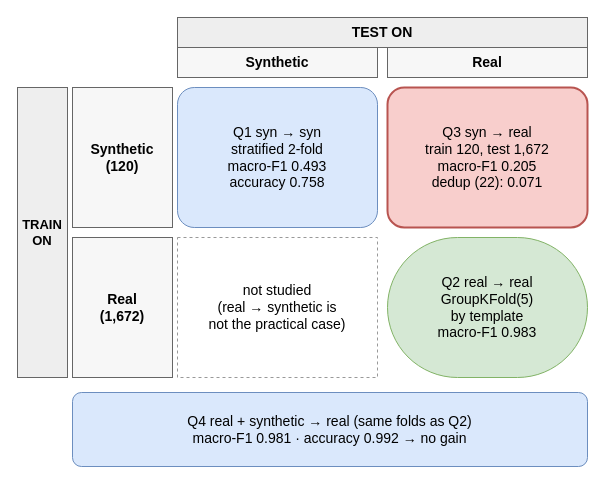
Above: report/diagrams/d09_transfer_quadrants.drawio in parthkansal823/Honeypot_RedTeaming-paper (draw.io), before the change. Source tidied: cells renumbered, new cells numbered last; positions are measured from the earlier drawing's top-left corner, leaving out a move shared by most shapes. Both pictures are drawn from the tidied source at 100%, with x=0, y=0 at pixel (17, 17).
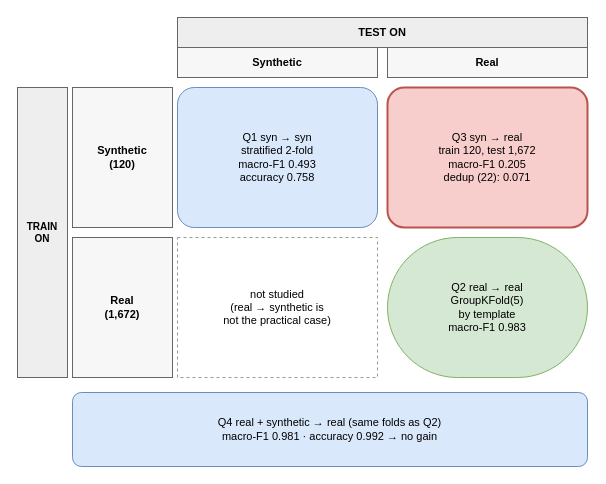
Above is the later version.

Diff of the diagram source:
```diff
@@
 <mxGraphModel>
   <root>
     <mxCell id="0" />
     <mxCell id="1" parent="0" />
-    <mxCell id="2" value="TEST ON" style="rounded=0;whiteSpace=wrap;html=1;fillColor=#EEEEEE;strokeColor=#666666;fontFamily=Arial;fontSize=14;fontStyle=1;" parent="1" vertex="1">
+    <mxCell id="2" value="TEST ON" style="rounded=0;whiteSpace=wrap;html=1;fillColor=#EEEEEE;strokeColor=#666666;fontFamily=Arial;fontSize=11;fontStyle=1;" parent="1" vertex="1">
       <mxGeometry x="160" width="410" height="30" as="geometry" />
     </mxCell>
-    <mxCell id="3" value="Synthetic" style="rounded=0;whiteSpace=wrap;html=1;fillColor=#F7F7F7;strokeColor=#666666;fontFamily=Arial;fontSize=14;fontStyle=1;" parent="1" vertex="1">
+    <mxCell id="3" value="Synthetic" style="rounded=0;whiteSpace=wrap;html=1;fillColor=#F7F7F7;strokeColor=#666666;fontFamily=Arial;fontSize=11;fontStyle=1;" parent="1" vertex="1">
       <mxGeometry x="160" y="30" width="200" height="30" as="geometry" />
     </mxCell>
-    <mxCell id="4" value="Real" style="rounded=0;whiteSpace=wrap;html=1;fillColor=#F7F7F7;strokeColor=#666666;fontFamily=Arial;fontSize=14;fontStyle=1;" parent="1" vertex="1">
+    <mxCell id="4" value="Real" style="rounded=0;whiteSpace=wrap;html=1;fillColor=#F7F7F7;strokeColor=#666666;fontFamily=Arial;fontSize=11;fontStyle=1;" parent="1" vertex="1">
       <mxGeometry x="370" y="30" width="200" height="30" as="geometry" />
     </mxCell>
-    <mxCell id="5" value="TRAIN&lt;br&gt;ON" style="rounded=0;whiteSpace=wrap;html=1;fillColor=#EEEEEE;strokeColor=#666666;fontFamily=Arial;fontSize=13;fontStyle=1;" parent="1" vertex="1">
+    <mxCell id="5" value="TRAIN&lt;br&gt;ON" style="rounded=0;whiteSpace=wrap;html=1;fillColor=#EEEEEE;strokeColor=#666666;fontFamily=Arial;fontSize=10;fontStyle=1;" parent="1" vertex="1">
       <mxGeometry y="70" width="50" height="290" as="geometry" />
     </mxCell>
-    <mxCell id="6" value="Synthetic&lt;br&gt;(120)" style="rounded=0;whiteSpace=wrap;html=1;fillColor=#F7F7F7;strokeColor=#666666;fontFamily=Arial;fontSize=14;fontStyle=1;" parent="1" vertex="1">
+    <mxCell id="6" value="Synthetic&lt;br&gt;(120)" style="rounded=0;whiteSpace=wrap;html=1;fillColor=#F7F7F7;strokeColor=#666666;fontFamily=Arial;fontSize=11;fontStyle=1;" parent="1" vertex="1">
       <mxGeometry x="55" y="70" width="100" height="140" as="geometry" />
     </mxCell>
-    <mxCell id="7" value="Real&lt;br&gt;(1,672)" style="rounded=0;whiteSpace=wrap;html=1;fillColor=#F7F7F7;strokeColor=#666666;fontFamily=Arial;fontSize=14;fontStyle=1;" parent="1" vertex="1">
+    <mxCell id="7" value="Real&lt;br&gt;(1,672)" style="rounded=0;whiteSpace=wrap;html=1;fillColor=#F7F7F7;strokeColor=#666666;fontFamily=Arial;fontSize=11;fontStyle=1;" parent="1" vertex="1">
       <mxGeometry x="55" y="220" width="100" height="140" as="geometry" />
     </mxCell>
-    <mxCell id="8" value="Q1  syn → syn&lt;br&gt;stratified 2-fold&lt;br&gt;macro-F1 0.493&lt;br&gt;accuracy 0.758" style="rounded=1;arcSize=12;whiteSpace=wrap;html=1;fillColor=#DAE8FC;strokeColor=#6C8EBF;fontFamily=Arial;fontSize=14;" parent="1" vertex="1">
+    <mxCell id="8" value="Q1  syn → syn&lt;br&gt;stratified 2-fold&lt;br&gt;macro-F1 0.493&lt;br&gt;accuracy 0.758" style="rounded=1;arcSize=12;whiteSpace=wrap;html=1;fillColor=#DAE8FC;strokeColor=#6C8EBF;fontFamily=Arial;fontSize=11;" parent="1" vertex="1">
       <mxGeometry x="160" y="70" width="200" height="140" as="geometry" />
     </mxCell>
-    <mxCell id="9" value="Q3  syn → real&lt;br&gt;train 120, test 1,672&lt;br&gt;macro-F1 0.205&lt;br&gt;dedup (22): 0.071" style="rounded=1;arcSize=12;strokeWidth=2;whiteSpace=wrap;html=1;fillColor=#F8CECC;strokeColor=#B85450;fontFamily=Arial;fontSize=14;" parent="1" vertex="1">
+    <mxCell id="9" value="Q3  syn → real&lt;br&gt;train 120, test 1,672&lt;br&gt;macro-F1 0.205&lt;br&gt;dedup (22): 0.071" style="rounded=1;arcSize=12;strokeWidth=2;whiteSpace=wrap;html=1;fillColor=#F8CECC;strokeColor=#B85450;fontFamily=Arial;fontSize=11;" parent="1" vertex="1">
       <mxGeometry x="370" y="70" width="200" height="140" as="geometry" />
     </mxCell>
-    <mxCell id="10" value="not studied&lt;br&gt;(real → synthetic is&lt;br&gt;not the practical case)" style="rounded=0;dashed=1;whiteSpace=wrap;html=1;fillColor=#FFFFFF;strokeColor=#999999;fontFamily=Arial;fontSize=14;" parent="1" vertex="1">
+    <mxCell id="10" value="not studied&lt;br&gt;(real → synthetic is&lt;br&gt;not the practical case)" style="rounded=0;dashed=1;whiteSpace=wrap;html=1;fillColor=#FFFFFF;strokeColor=#999999;fontFamily=Arial;fontSize=11;" parent="1" vertex="1">
       <mxGeometry x="160" y="220" width="200" height="140" as="geometry" />
     </mxCell>
-    <mxCell id="11" value="Q2  real → real&lt;br&gt;GroupKFold(5)&lt;br&gt;by template&lt;br&gt;macro-F1 0.983" style="rounded=1;arcSize=50;whiteSpace=wrap;html=1;fillColor=#D5E8D4;strokeColor=#82B366;fontFamily=Arial;fontSize=14;" parent="1" vertex="1">
+    <mxCell id="11" value="Q2  real → real&lt;br&gt;GroupKFold(5)&lt;br&gt;by template&lt;br&gt;macro-F1 0.983" style="rounded=1;arcSize=50;whiteSpace=wrap;html=1;fillColor=#D5E8D4;strokeColor=#82B366;fontFamily=Arial;fontSize=11;" parent="1" vertex="1">
       <mxGeometry x="370" y="220" width="200" height="140" as="geometry" />
     </mxCell>
-    <mxCell id="12" value="Q4  real + synthetic → real (same folds as Q2)&lt;br&gt;macro-F1 0.981 · accuracy 0.992 → no gain" style="rounded=1;arcSize=12;whiteSpace=wrap;html=1;fillColor=#DAE8FC;strokeColor=#6C8EBF;fontFamily=Arial;fontSize=14;" parent="1" vertex="1">
+    <mxCell id="12" value="Q4  real + synthetic → real (same folds as Q2)&lt;br&gt;macro-F1 0.981 · accuracy 0.992 → no gain" style="rounded=1;arcSize=12;whiteSpace=wrap;html=1;fillColor=#DAE8FC;strokeColor=#6C8EBF;fontFamily=Arial;fontSize=11;" parent="1" vertex="1">
       <mxGeometry x="55" y="375" width="515" height="74" as="geometry" />
     </mxCell>
   </root>
 </mxGraphModel>
```
